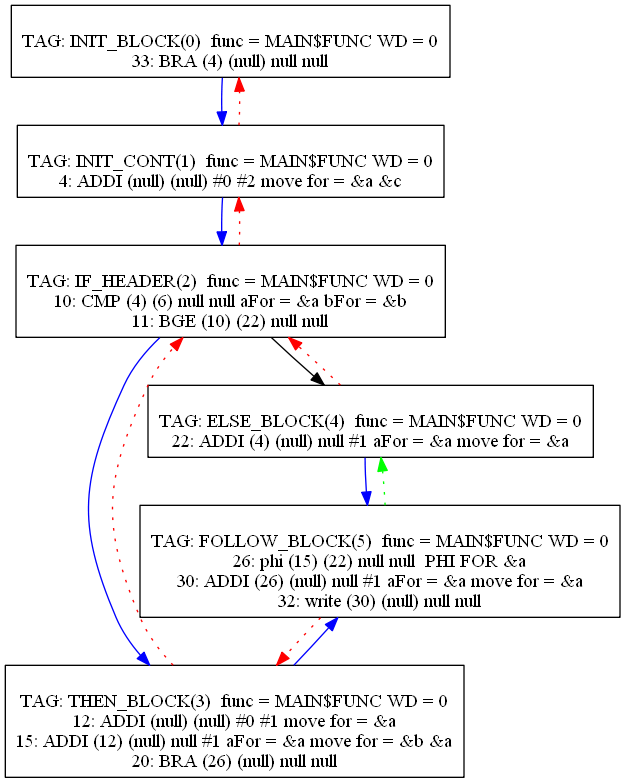
Earlier version of the Graphviz export Compiler/12graph.png (mbajaj92/Project-Astoria). Its source is kept beside it as Compiler/12graph.dot.
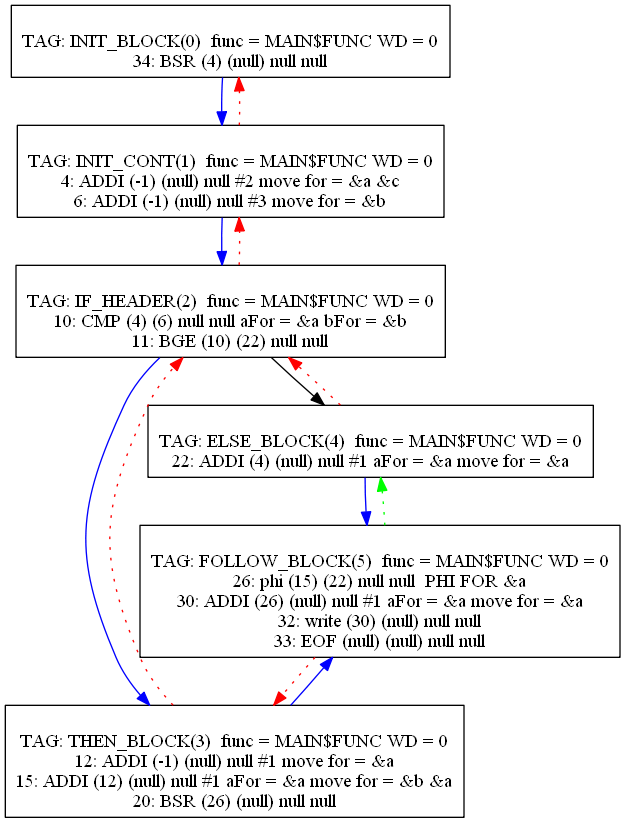
The same file after the commit.

What changed in the source:
```diff
@@ -1,13 +1,14 @@
 digraph {
 0[label="
 TAG: INIT_BLOCK(0)  func = MAIN$FUNC WD = 0
-33: BRA (4) (null) null null
+34: BSR (4) (null) null null
 "];
 0[shape=box];
 0 -> 1[color=blue]
 1[label="
 TAG: INIT_CONT(1)  func = MAIN$FUNC WD = 0
-4: ADDI (null) (null) #0 #2 move for = &a &c
+4: ADDI (-1) (null) null #2 move for = &a &c
+6: ADDI (-1) (null) null #3 move for = &b
 "];
 1[shape=box];
 1 -> 2[color=blue]
@@ -23,9 +24,9 @@
 2 -> 1[color=red][style=dotted]
 3[label="
 TAG: THEN_BLOCK(3)  func = MAIN$FUNC WD = 0
-12: ADDI (null) (null) #0 #1 move for = &a
+12: ADDI (-1) (null) null #1 move for = &a
 15: ADDI (12) (null) null #1 aFor = &a move for = &b &a
-20: BRA (26) (null) null null
+20: BSR (26) (null) null null
 "];
 3[shape=box];
 3 -> 5[color=blue]
@@ -42,6 +43,7 @@
 26: phi (15) (22) null null  PHI FOR &a
 30: ADDI (26) (null) null #1 aFor = &a move for = &a
 32: write (30) (null) null null
+33: EOF (null) (null) null null
 "];
 5[shape=box];
 5 -> 3[color=red][style=dotted]
```
